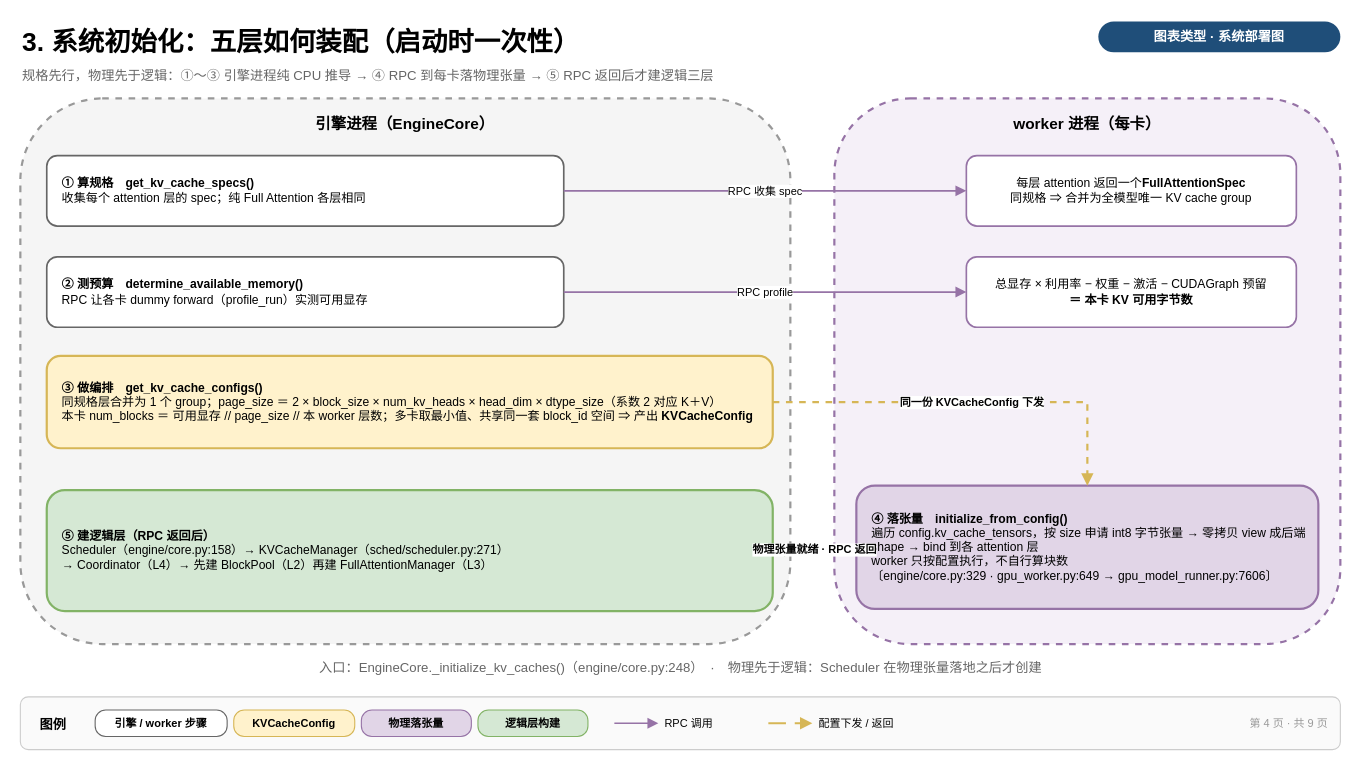
Earlier version of the draw.io diagram page "3-启动期装配与衔接" (3 of 4) of vllm/v1/core/kvcache_draw_ppt/kv_cache_five_layer_arch.drawio (GoCHug/vllm). Source tidied: cells renumbered, new cells numbered last; positions are measured from the earlier drawing's top-left corner, leaving out a move shared by most shapes. Both pictures are drawn from the tidied source at 110%, with x=0, y=0 at pixel (20, 19).
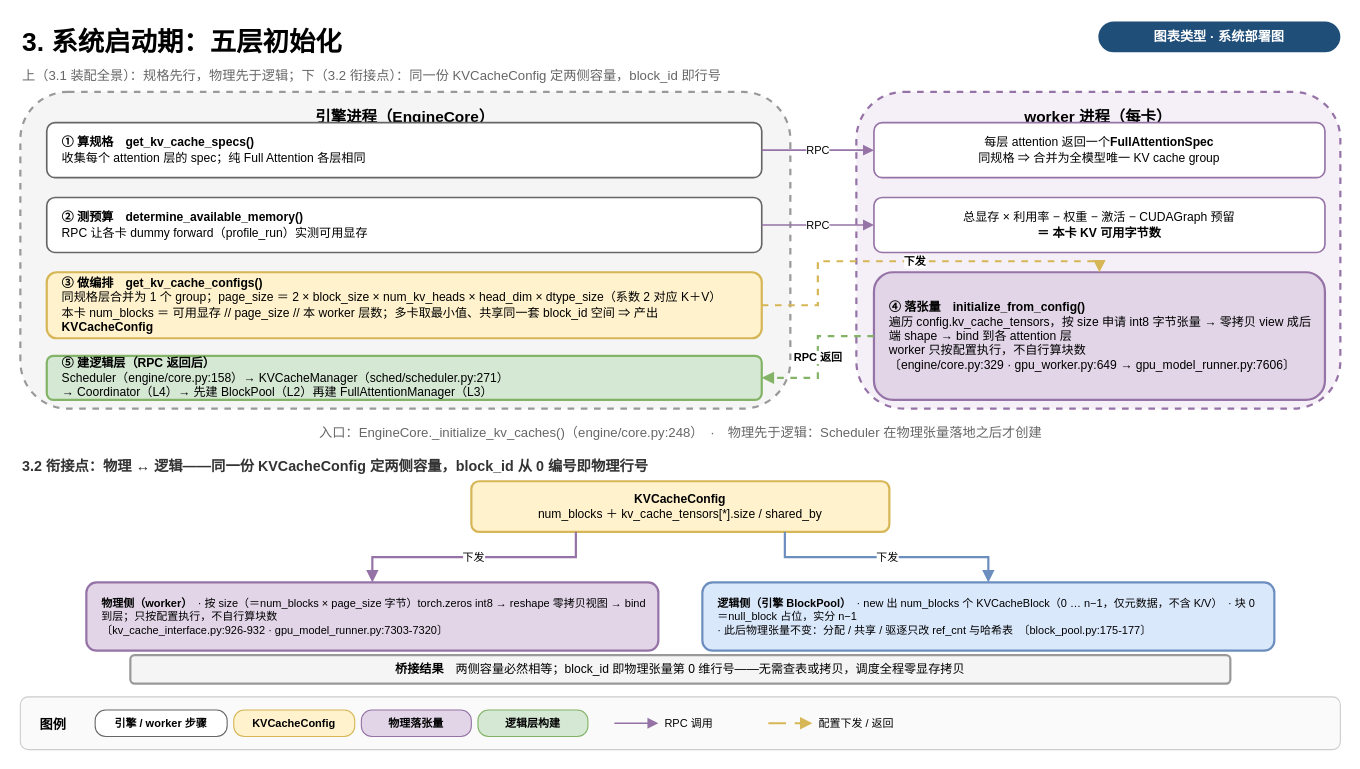
The same page after the edit.

The edit, as a diff of the source:
```diff
@@
-    <mxCell id="2" value="3. 系统初始化：五层如何装配（启动时一次性）" style="text;html=1;fontSize=24;fontStyle=1;align=left;" parent="1" vertex="1">
+    <mxCell id="2" value="3. 系统启动期：五层初始化" style="text;html=1;fontSize=24;fontStyle=1;align=left;" parent="1" vertex="1">
       <mxGeometry width="900" height="34" as="geometry" />
     </mxCell>
@@
-    <mxCell id="4" value="规格先行，物理先于逻辑：①～③ 引擎进程纯 CPU 推导 → ④ RPC 到每卡落物理张量 → ⑤ RPC 返回后才建逻辑三层" style="text;html=1;fontSize=12;align=left;fontColor=#666666;" parent="1" vertex="1">
+    <mxCell id="4" value="上（3.1 装配全景）：规格先行，物理先于逻辑；下（3.2 衔接点）：同一份 KVCacheConfig 定两侧容量，block_id 即行号" style="text;html=1;fontSize=12;align=left;fontColor=#666666;" parent="1" vertex="1">
       <mxGeometry y="38" width="960" height="22" as="geometry" />
     </mxCell>
     <mxCell id="5" value="引擎进程（EngineCore）" style="rounded=1;whiteSpace=wrap;html=1;fillColor=#f5f5f5;strokeColor=#999999;strokeWidth=2;verticalAlign=top;spacingTop=8;fontSize=14;fontStyle=1;align=center;dashed=1;" parent="1" vertex="1">
-      <mxGeometry y="72" width="700" height="496" as="geometry" />
+      <mxGeometry y="66" width="700" height="288" as="geometry" />
     </mxCell>
     <mxCell id="6" value="worker 进程（每卡）" style="rounded=1;whiteSpace=wrap;html=1;fillColor=#f5f0f8;strokeColor=#9673a6;strokeWidth=2;verticalAlign=top;spacingTop=8;fontSize=14;fontStyle=1;align=center;dashed=1;" parent="1" vertex="1">
-      <mxGeometry x="740" y="72" width="460" height="496" as="geometry" />
+      <mxGeometry x="760" y="66" width="440" height="288" as="geometry" />
     </mxCell>
     <mxCell id="7" value="&lt;b&gt;① 算规格　get_kv_cache_specs()&lt;/b&gt;&#10;收集每个 attention 层的 spec；纯 Full Attention 各层相同" style="rounded=1;whiteSpace=wrap;html=1;fillColor=#ffffff;strokeColor=#666666;strokeWidth=1.5;verticalAlign=middle;align=left;spacingLeft=12;spacingRight=8;fontSize=11;" parent="1" vertex="1">
-      <mxGeometry x="24" y="124" width="470" height="64" as="geometry" />
+      <mxGeometry x="24" y="94" width="650" height="50" as="geometry" />
     </mxCell>
     <mxCell id="8" value="每层 attention 返回一个&lt;b&gt;FullAttentionSpec&lt;/b&gt;&#10;同规格 ⇒ 合并为全模型唯一 KV cache group" style="rounded=1;whiteSpace=wrap;html=1;fillColor=#ffffff;strokeColor=#9673a6;strokeWidth=1.5;verticalAlign=middle;align=center;fontSize=11;" parent="1" vertex="1">
-      <mxGeometry x="860" y="124" width="300" height="64" as="geometry" />
+      <mxGeometry x="776" y="94" width="410" height="50" as="geometry" />
     </mxCell>
     <mxCell id="9" value="&lt;b&gt;② 测预算　determine_available_memory()&lt;/b&gt;&#10;RPC 让各卡 dummy forward（profile_run）实测可用显存" style="rounded=1;whiteSpace=wrap;html=1;fillColor=#ffffff;strokeColor=#666666;strokeWidth=1.5;verticalAlign=middle;align=left;spacingLeft=12;spacingRight=8;fontSize=11;" parent="1" vertex="1">
-      <mxGeometry x="24" y="216" width="470" height="64" as="geometry" />
+      <mxGeometry x="24" y="162" width="650" height="50" as="geometry" />
     </mxCell>
     <mxCell id="10" value="总显存 × 利用率 − 权重 − 激活 − CUDAGraph 预留&#10;&lt;b&gt;＝ 本卡 KV 可用字节数&lt;/b&gt;" style="rounded=1;whiteSpace=wrap;html=1;fillColor=#ffffff;strokeColor=#9673a6;strokeWidth=1.5;verticalAlign=middle;align=center;fontSize=11;" parent="1" vertex="1">
-      <mxGeometry x="860" y="216" width="300" height="64" as="geometry" />
+      <mxGeometry x="776" y="162" width="410" height="50" as="geometry" />
     </mxCell>
     <mxCell id="11" value="&lt;b&gt;③ 做编排　get_kv_cache_configs()&lt;/b&gt;&#10;同规格层合并为 1 个 group；page_size ＝ 2 × block_size × num_kv_heads × head_dim × dtype_size（系数 2 对应 K＋V）&#10;本卡 num_blocks ＝ 可用显存 // page_size // 本 worker 层数；多卡取最小值、共享同一套 block_id 空间 ⇒ 产出 &lt;b&gt;KVCacheConfig&lt;/b&gt;" style="rounded=1;whiteSpace=wrap;html=1;fillColor=#fff2cc;strokeColor=#d6b656;strokeWidth=2;verticalAlign=middle;align=left;spacingLeft=12;spacingRight=10;fontSize=11;" parent="1" vertex="1">
-      <mxGeometry x="24" y="306" width="660" height="84" as="geometry" />
+      <mxGeometry x="24" y="230" width="650" height="60" as="geometry" />
     </mxCell>
     <mxCell id="12" value="&lt;b&gt;④ 落张量　initialize_from_config()&lt;/b&gt;&#10;遍历 config.kv_cache_tensors，按 size 申请 int8 字节张量 → 零拷贝 view 成后端 shape → bind 到各 attention 层&#10;worker 只按配置执行，不自行算块数&#10;〔engine/core.py:329 · gpu_worker.py:649 → gpu_model_runner.py:7606〕" style="rounded=1;whiteSpace=wrap;html=1;fillColor=#e1d5e7;strokeColor=#9673a6;strokeWidth=2;verticalAlign=middle;align=left;spacingLeft=12;spacingRight=10;fontSize=11;" parent="1" vertex="1">
-      <mxGeometry x="760" y="424" width="420" height="112" as="geometry" />
+      <mxGeometry x="776" y="230" width="410" height="116" as="geometry" />
     </mxCell>
     <mxCell id="13" value="&lt;b&gt;⑤ 建逻辑层（RPC 返回后）&lt;/b&gt;&#10;Scheduler（engine/core.py:158）→ KVCacheManager（sched/scheduler.py:271）&#10;→ Coordinator（L4）→ 先建 BlockPool（L2）再建 FullAttentionManager（L3）" style="rounded=1;whiteSpace=wrap;html=1;fillColor=#d5e8d4;strokeColor=#82b366;strokeWidth=2;verticalAlign=middle;align=left;spacingLeft=12;spacingRight=10;fontSize=11;" parent="1" vertex="1">
-      <mxGeometry x="24" y="428" width="660" height="110" as="geometry" />
+      <mxGeometry x="24" y="306" width="650" height="40" as="geometry" />
     </mxCell>
-    <mxCell id="14" value="RPC 收集 spec" style="edgeStyle=orthogonalEdgeStyle;html=1;rounded=0;strokeColor=#9673a6;strokeWidth=1.5;endArrow=block;endFill=1;fontSize=10;labelBackgroundColor=#ffffff;exitX=1;exitY=0.5;exitDx=0;exitDy=0;entryX=0;entryY=0.5;entryDx=0;entryDy=0;" parent="1" edge="1" source="7" target="8">
+    <mxCell id="14" value="RPC" style="edgeStyle=orthogonalEdgeStyle;html=1;rounded=0;strokeColor=#9673a6;strokeWidth=1.5;endArrow=block;endFill=1;fontSize=10;labelBackgroundColor=#ffffff;exitX=1;exitY=0.5;exitDx=0;exitDy=0;entryX=0;entryY=0.5;entryDx=0;entryDy=0;" parent="1" edge="1" source="7" target="8">
       <mxGeometry relative="1" as="geometry" />
     </mxCell>
-    <mxCell id="15" value="RPC profile" style="edgeStyle=orthogonalEdgeStyle;html=1;rounded=0;strokeColor=#9673a6;strokeWidth=1.5;endArrow=block;endFill=1;fontSize=10;labelBackgroundColor=#ffffff;exitX=1;exitY=0.5;exitDx=0;exitDy=0;entryX=0;entryY=0.5;entryDx=0;entryDy=0;" parent="1" edge="1" source="9" target="10">
+    <mxCell id="15" value="RPC" style="edgeStyle=orthogonalEdgeStyle;html=1;rounded=0;strokeColor=#9673a6;strokeWidth=1.5;endArrow=block;endFill=1;fontSize=10;labelBackgroundColor=#ffffff;exitX=1;exitY=0.5;exitDx=0;exitDy=0;entryX=0;entryY=0.5;entryDx=0;entryDy=0;" parent="1" edge="1" source="9" target="10">
       <mxGeometry relative="1" as="geometry" />
     </mxCell>
-    <mxCell id="16" value="同一份 KVCacheConfig 下发" style="edgeStyle=orthogonalEdgeStyle;html=1;rounded=0;strokeColor=#d6b656;strokeWidth=2;dashed=1;endArrow=block;endFill=1;fontSize=10;fontStyle=1;labelBackgroundColor=#ffffff;exitX=1;exitY=0.5;exitDx=0;exitDy=0;entryX=0.5;entryY=0;entryDx=0;entryDy=0;" parent="1" edge="1" source="11" target="12">
+    <mxCell id="16" value="下发" style="edgeStyle=orthogonalEdgeStyle;html=1;rounded=0;strokeColor=#d6b656;strokeWidth=2;dashed=1;endArrow=block;endFill=1;fontSize=10;fontStyle=1;labelBackgroundColor=#ffffff;exitX=1;exitY=0.5;exitDx=0;exitDy=0;entryX=0.5;entryY=0;entryDx=0;entryDy=0;" parent="1" edge="1" source="11" target="12">
       <mxGeometry relative="1" as="geometry" />
     </mxCell>
-    <mxCell id="17" value="物理张量就绪 · RPC 返回" style="edgeStyle=orthogonalEdgeStyle;html=1;rounded=0;strokeColor=#82b366;strokeWidth=2;dashed=1;endArrow=block;endFill=1;fontSize=10;fontStyle=1;labelBackgroundColor=#ffffff;exitX=0;exitY=0.5;exitDx=0;exitDy=0;entryX=1;entryY=0.5;entryDx=0;entryDy=0;" parent="1" edge="1" source="12" target="13">
+    <mxCell id="17" value="RPC 返回" style="edgeStyle=orthogonalEdgeStyle;html=1;rounded=0;strokeColor=#82b366;strokeWidth=2;dashed=1;endArrow=block;endFill=1;fontSize=10;fontStyle=1;labelBackgroundColor=#ffffff;exitX=0;exitY=0.5;exitDx=0;exitDy=0;entryX=1;entryY=0.5;entryDx=0;entryDy=0;" parent="1" edge="1" source="12" target="13">
       <mxGeometry relative="1" as="geometry" />
     </mxCell>
     <mxCell id="18" value="入口：EngineCore._initialize_kv_caches()（engine/core.py:248）　·　物理先于逻辑：Scheduler 在物理张量落地之后才创建" style="text;html=1;fontSize=12;align=center;fontColor=#666666;" parent="1" vertex="1">
-      <mxGeometry y="576" width="1200" height="22" as="geometry" />
+      <mxGeometry y="362" width="1200" height="20" as="geometry" />
     </mxCell>
+    <mxCell id="30" value="&lt;b&gt;3.2 衔接点：物理 ↔ 逻辑——同一份 KVCacheConfig 定两侧容量，block_id 从 0 编号即物理行号&lt;/b&gt;" style="text;html=1;fontSize=13;align=left;fontColor=#333333;" parent="1" vertex="1">
+      <mxGeometry y="392" width="1200" height="22" as="geometry" />
+    </mxCell>
+    <mxCell id="31" value="&lt;b&gt;KVCacheConfig&lt;/b&gt;&#10;num_blocks ＋ kv_cache_tensors[*].size / shared_by" style="rounded=1;whiteSpace=wrap;html=1;fillColor=#fff2cc;strokeColor=#d6b656;strokeWidth=2;verticalAlign=middle;align=center;fontSize=11;" parent="1" vertex="1">
+      <mxGeometry x="410" y="420" width="380" height="46" as="geometry" />
+    </mxCell>
+    <mxCell id="32" value="&lt;b&gt;物理侧（worker）&lt;/b&gt;　· 按 size（＝num_blocks × page_size 字节）torch.zeros int8 → reshape 零拷贝视图 → bind 到层；只按配置执行，不自行算块数&#10;〔kv_cache_interface.py:926-932 · gpu_model_runner.py:7303-7320〕" style="rounded=1;whiteSpace=wrap;html=1;fillColor=#e1d5e7;strokeColor=#9673a6;strokeWidth=2;verticalAlign=middle;align=left;spacingLeft=12;spacingRight=10;fontSize=10;" parent="1" vertex="1">
+      <mxGeometry x="60" y="512" width="520" height="62" as="geometry" />
+    </mxCell>
+    <mxCell id="33" value="&lt;b&gt;逻辑侧（引擎 BlockPool）&lt;/b&gt;　· new 出 num_blocks 个 KVCacheBlock（0 … n−1，仅元数据，不含 K/V）　· 块 0＝null_block 占位，实分 n−1&#10;· 此后物理张量不变：分配 / 共享 / 驱逐只改 ref_cnt 与哈希表　〔block_pool.py:175-177〕" style="rounded=1;whiteSpace=wrap;html=1;fillColor=#dae8fc;strokeColor=#6c8ebf;strokeWidth=2;verticalAlign=middle;align=left;spacingLeft=12;spacingRight=10;fontSize=10;" parent="1" vertex="1">
+      <mxGeometry x="620" y="512" width="520" height="62" as="geometry" />
+    </mxCell>
+    <mxCell id="34" value="下发" style="edgeStyle=orthogonalEdgeStyle;html=1;rounded=0;strokeColor=#9673a6;strokeWidth=2;endArrow=block;endFill=1;exitX=0.25;exitY=1;exitDx=0;exitDy=0;entryX=0.5;entryY=0;entryDx=0;entryDy=0;fontSize=10;labelBackgroundColor=#ffffff;" parent="1" edge="1" source="31" target="32">
+      <mxGeometry relative="1" as="geometry" />
+    </mxCell>
+    <mxCell id="35" value="下发" style="edgeStyle=orthogonalEdgeStyle;html=1;rounded=0;strokeColor=#6c8ebf;strokeWidth=2;endArrow=block;endFill=1;exitX=0.75;exitY=1;exitDx=0;exitDy=0;entryX=0.5;entryY=0;entryDx=0;entryDy=0;fontSize=10;labelBackgroundColor=#ffffff;" parent="1" edge="1" source="31" target="33">
+      <mxGeometry relative="1" as="geometry" />
+    </mxCell>
+    <mxCell id="36" value="&lt;b&gt;桥接结果&lt;/b&gt;　两侧容量必然相等；block_id 即物理张量第 0 维行号——无需查表或拷贝，调度全程零显存拷贝" style="rounded=1;whiteSpace=wrap;html=1;fillColor=#f5f5f5;strokeColor=#999999;strokeWidth=2;verticalAlign=middle;align=center;fontSize=11;" parent="1" vertex="1">
+      <mxGeometry x="100" y="578" width="1000" height="26" as="geometry" />
+    </mxCell>
@@
-    <mxCell id="29" value="第 4 页 · 共 9 页" style="text;html=1;fontSize=10;align=right;fontColor=#999999;" parent="1" vertex="1">
-      <mxGeometry x="1040" y="628" width="150" height="24" as="geometry" />
-    </mxCell>
```
